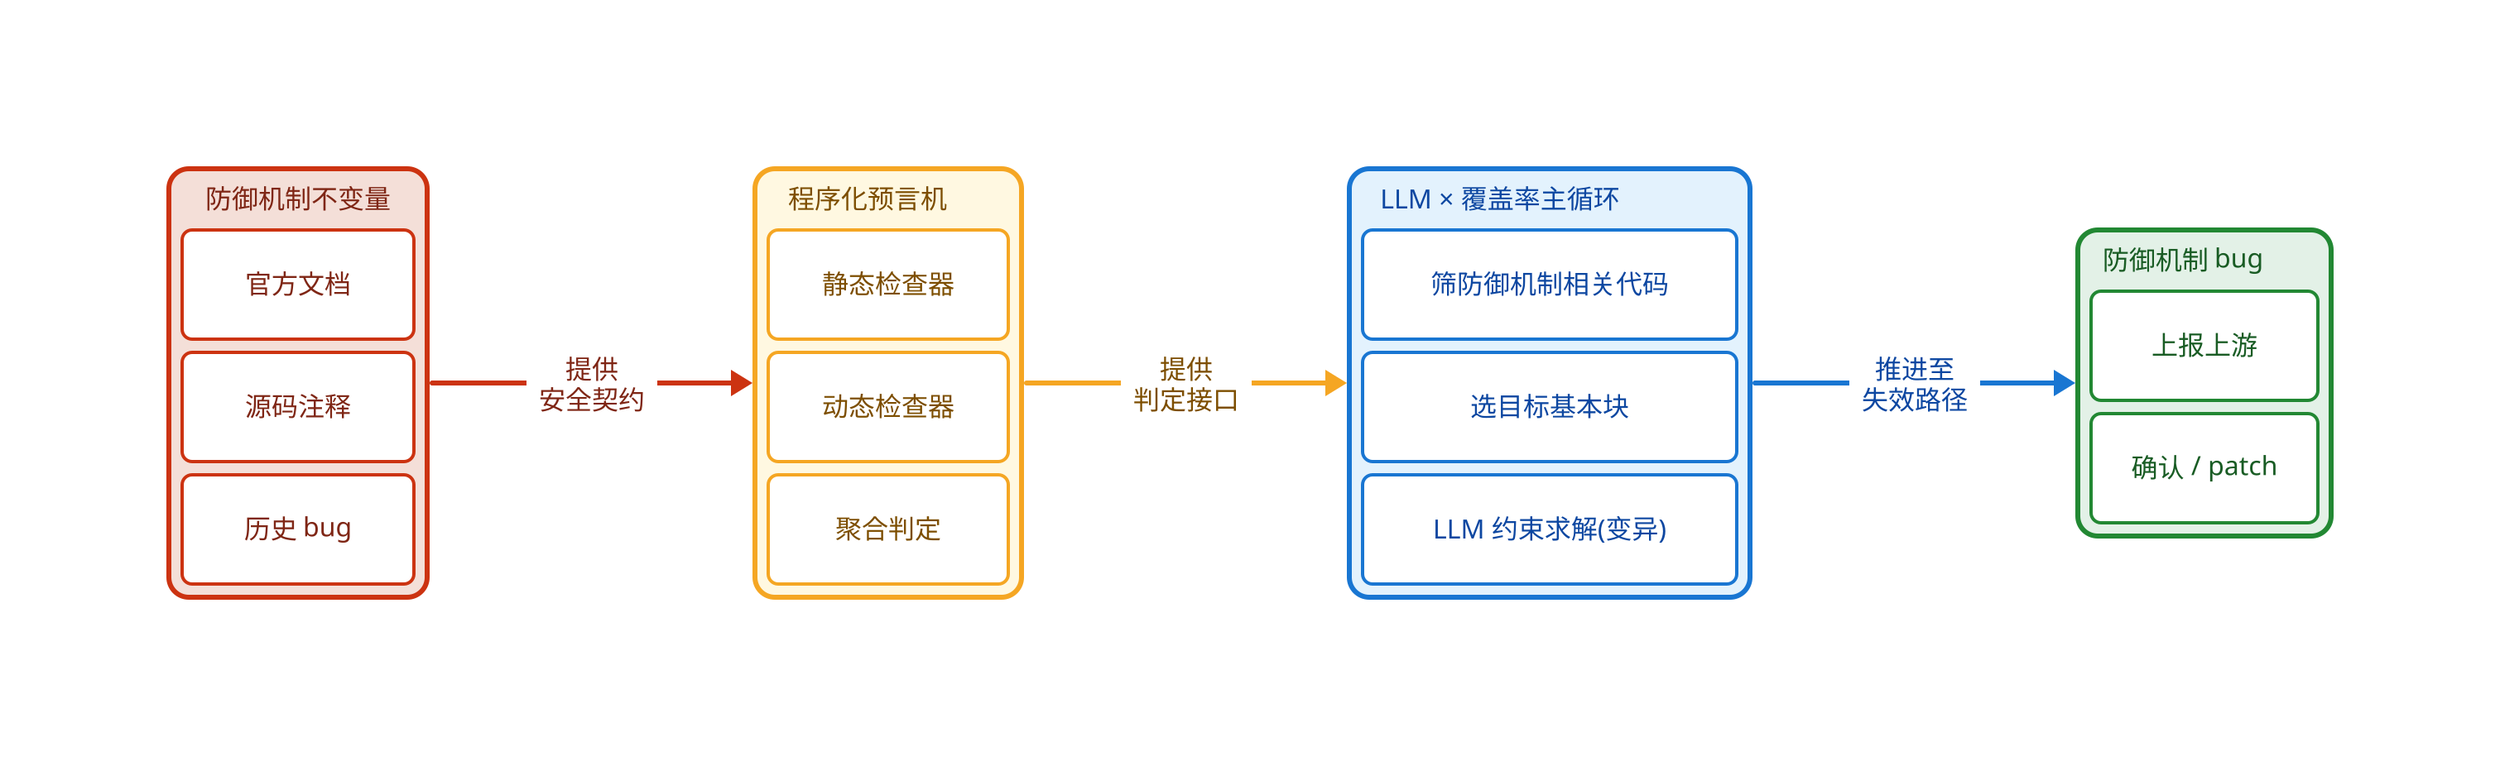
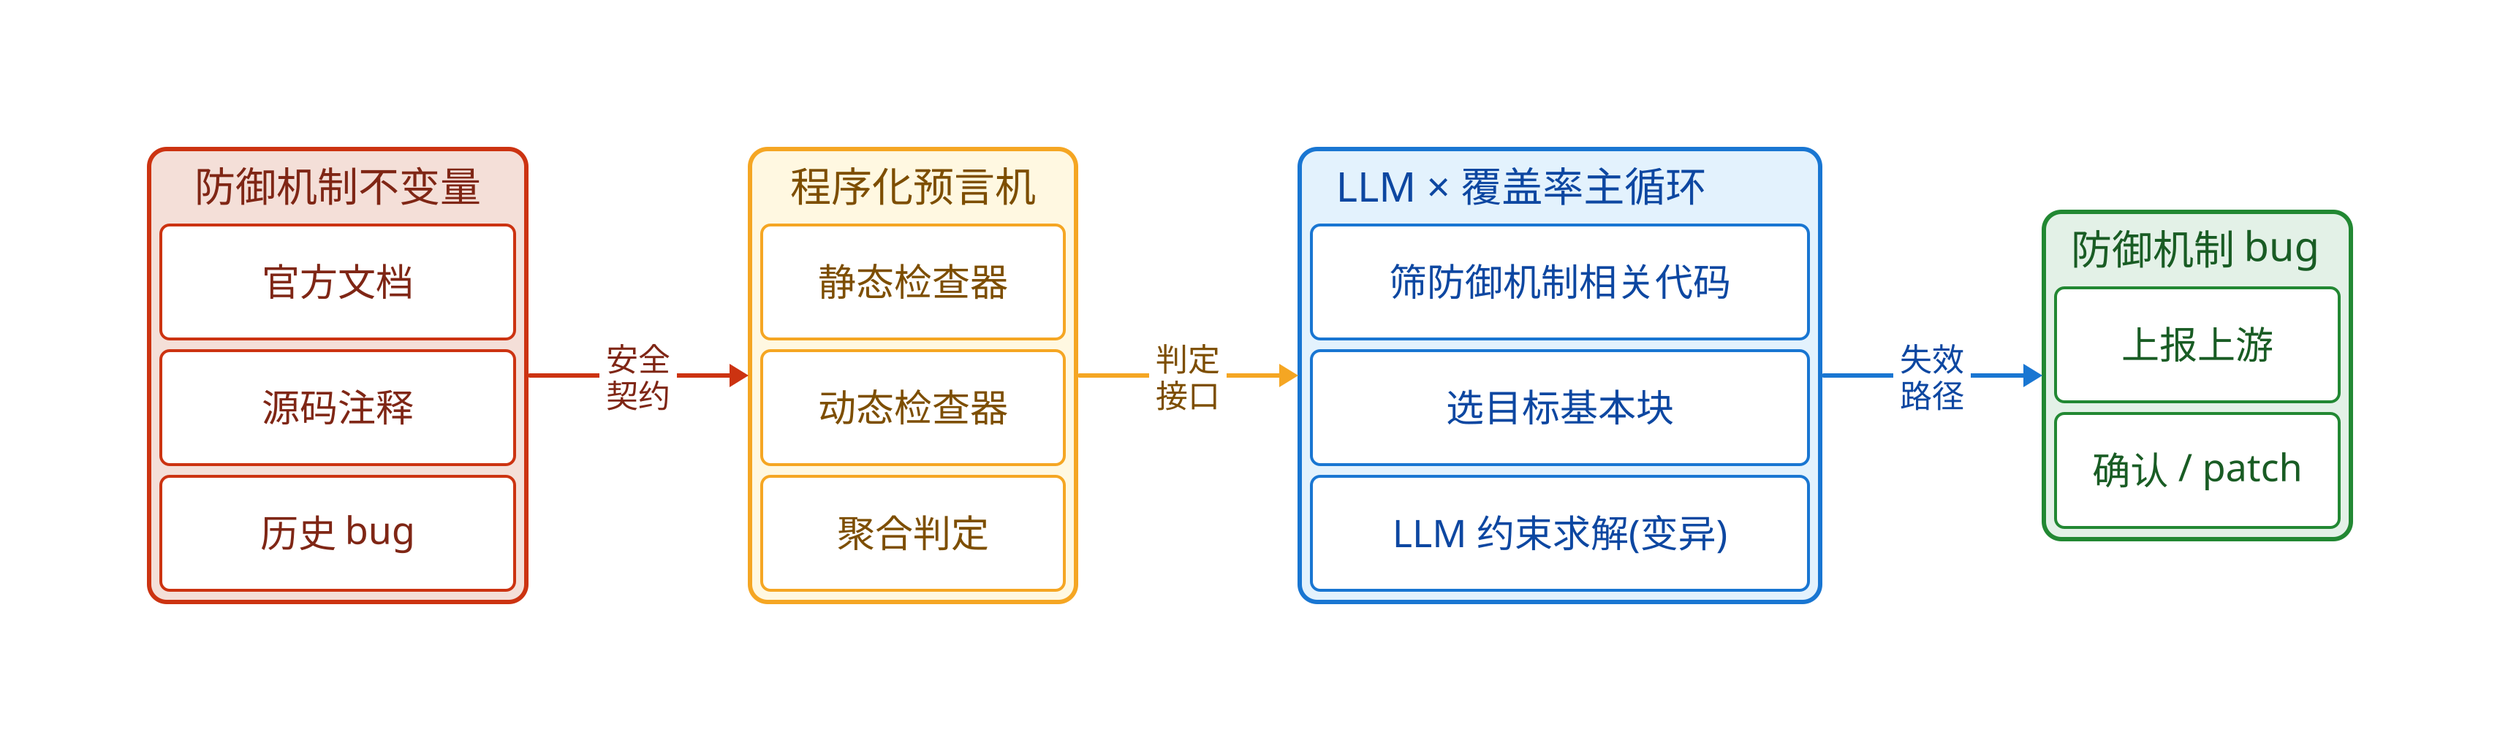
# 图 3 — 研究内容依赖关系（中文版）
- # 渲染：d2 --layout=dagre --pad=24 pipeline.zh.d2 pipeline.zh.svg
+ # 渲染：d2 --layout=dagre --pad=24 --dagre-nodesep=36 pipeline.zh.d2 pipeline.zh.svg
# 四个竖向长方形（每个里面用 grid 排子项），左 → 右 通过箭头表达依赖。

direction: right

step1: "" {
  grid-rows: 4
  grid-gap: 8
  style: {
    fill: "#F4DFD8"; stroke: "#CC3311"; stroke-width: 3
    border-radius: 12
  }

  title: "防御机制不变量" {
    shape: text
-     style: { font-color: "#7F2615"; bold: true }
+     style: { font-color: "#7F2615"; bold: true; font-size: 28 }
  }
  s1: "官方文档" {
-     style: { fill: white; stroke: "#CC3311"; stroke-width: 2; font-color: "#7F2615"; border-radius: 6 }
+     style: { fill: white; stroke: "#CC3311"; stroke-width: 2; font-color: "#7F2615"; border-radius: 6; font-size: 26 }
  }
  s2: "源码注释" {
-     style: { fill: white; stroke: "#CC3311"; stroke-width: 2; font-color: "#7F2615"; border-radius: 6 }
+     style: { fill: white; stroke: "#CC3311"; stroke-width: 2; font-color: "#7F2615"; border-radius: 6; font-size: 26 }
  }
  s3: "历史 bug" {
-     style: { fill: white; stroke: "#CC3311"; stroke-width: 2; font-color: "#7F2615"; border-radius: 6 }
+     style: { fill: white; stroke: "#CC3311"; stroke-width: 2; font-color: "#7F2615"; border-radius: 6; font-size: 26 }
  }
}

step2: "" {
  grid-rows: 4
  grid-gap: 8
  style: {
    fill: "#FFF8E1"; stroke: "#F5A623"; stroke-width: 3
    border-radius: 12
  }

  title: "程序化预言机" {
    shape: text
-     style: { font-color: "#7D4E00"; bold: true }
+     style: { font-color: "#7D4E00"; bold: true; font-size: 28 }
  }
  s1: "静态检查器" {
-     style: { fill: white; stroke: "#F5A623"; stroke-width: 2; font-color: "#7D4E00"; border-radius: 6 }
+     style: { fill: white; stroke: "#F5A623"; stroke-width: 2; font-color: "#7D4E00"; border-radius: 6; font-size: 26 }
  }
  s2: "动态检查器" {
-     style: { fill: white; stroke: "#F5A623"; stroke-width: 2; font-color: "#7D4E00"; border-radius: 6 }
+     style: { fill: white; stroke: "#F5A623"; stroke-width: 2; font-color: "#7D4E00"; border-radius: 6; font-size: 26 }
  }
  s3: "聚合判定" {
-     style: { fill: white; stroke: "#F5A623"; stroke-width: 2; font-color: "#7D4E00"; border-radius: 6 }
+     style: { fill: white; stroke: "#F5A623"; stroke-width: 2; font-color: "#7D4E00"; border-radius: 6; font-size: 26 }
  }
}

step3: "" {
  grid-rows: 4
  grid-gap: 8
  style: {
    fill: "#E3F2FD"; stroke: "#1976D2"; stroke-width: 3
    border-radius: 12
  }

  title: "LLM × 覆盖率主循环" {
    shape: text
-     style: { font-color: "#0D47A1"; bold: true }
+     style: { font-color: "#0D47A1"; bold: true; font-size: 28 }
  }
  s1: "筛防御机制相关代码" {
-     style: { fill: white; stroke: "#1976D2"; stroke-width: 2; font-color: "#0D47A1"; border-radius: 6 }
+     style: { fill: white; stroke: "#1976D2"; stroke-width: 2; font-color: "#0D47A1"; border-radius: 6; font-size: 26 }
  }
  s2: "选目标基本块" {
-     style: { fill: white; stroke: "#1976D2"; stroke-width: 2; font-color: "#0D47A1"; border-radius: 6 }
+     style: { fill: white; stroke: "#1976D2"; stroke-width: 2; font-color: "#0D47A1"; border-radius: 6; font-size: 26 }
  }
  s3: "LLM 约束求解(变异)" {
-     style: { fill: white; stroke: "#1976D2"; stroke-width: 2; font-color: "#0D47A1"; border-radius: 6 }
+     style: { fill: white; stroke: "#1976D2"; stroke-width: 2; font-color: "#0D47A1"; border-radius: 6; font-size: 26 }
  }
}

step4: "" {
  grid-rows: 3
  grid-gap: 8
  style: {
    fill: "#E3F1E7"; stroke: "#228833"; stroke-width: 3
    border-radius: 12
  }

  title: "防御机制 bug" {
    shape: text
-     style: { font-color: "#195C24"; bold: true }
+     style: { font-color: "#195C24"; bold: true; font-size: 28 }
  }
  s1: "上报上游" {
-     style: { fill: white; stroke: "#228833"; stroke-width: 2; font-color: "#195C24"; border-radius: 6 }
+     style: { fill: white; stroke: "#228833"; stroke-width: 2; font-color: "#195C24"; border-radius: 6; font-size: 26 }
  }
  s2: "确认 / patch" {
-     style: { fill: white; stroke: "#228833"; stroke-width: 2; font-color: "#195C24"; border-radius: 6 }
+     style: { fill: white; stroke: "#228833"; stroke-width: 2; font-color: "#195C24"; border-radius: 6; font-size: 26 }
  }
}

- step1 -> step2: "提供\n安全契约" {
-   style: { stroke: "#CC3311"; stroke-width: 3; font-color: "#7F2615"; bold: true }
+ step1 -> step2: "安全\n契约" {
+   style: { stroke: "#CC3311"; stroke-width: 3; font-color: "#7F2615"; bold: true; font-size: 22 }
}
- step2 -> step3: "提供\n判定接口" {
-   style: { stroke: "#F5A623"; stroke-width: 3; font-color: "#7D4E00"; bold: true }
+ step2 -> step3: "判定\n接口" {
+   style: { stroke: "#F5A623"; stroke-width: 3; font-color: "#7D4E00"; bold: true; font-size: 22 }
}
- step3 -> step4: "推进至\n失效路径" {
-   style: { stroke: "#1976D2"; stroke-width: 3; font-color: "#0D47A1"; bold: true }
+ step3 -> step4: "失效\n路径" {
+   style: { stroke: "#1976D2"; stroke-width: 3; font-color: "#0D47A1"; bold: true; font-size: 22 }
}
